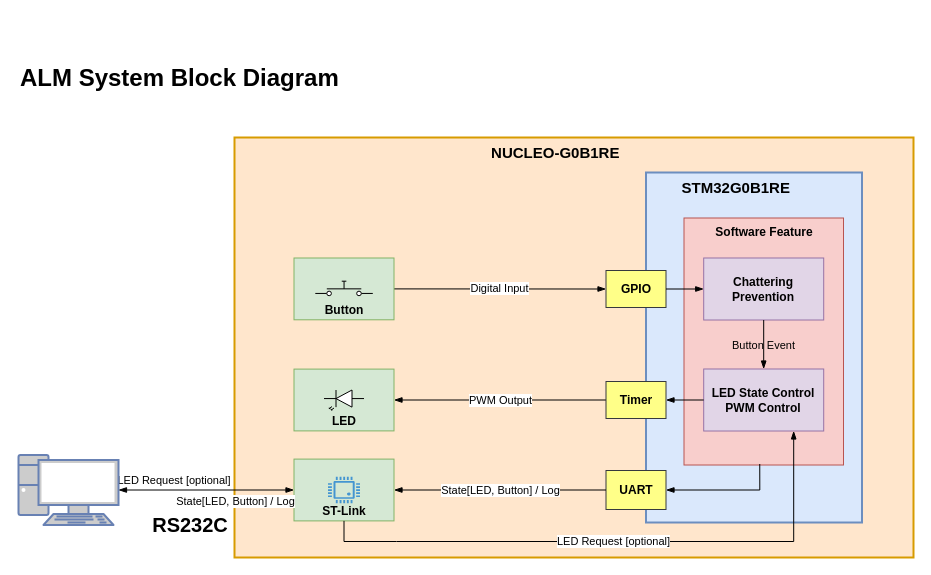
Earlier version of the draw.io diagram page "SystemBlockDiagram" (2 of 16) of Resources/Part2/Part2_ALM_Diagram.drawio (gtuja/CSC_MS). Source tidied: cells renumbered, new cells numbered last; positions are measured from the earlier drawing's top-left corner, leaving out a move shared by most shapes. Both pictures are drawn from the tidied source at 100%, with x=0, y=0 at pixel (18, 57).
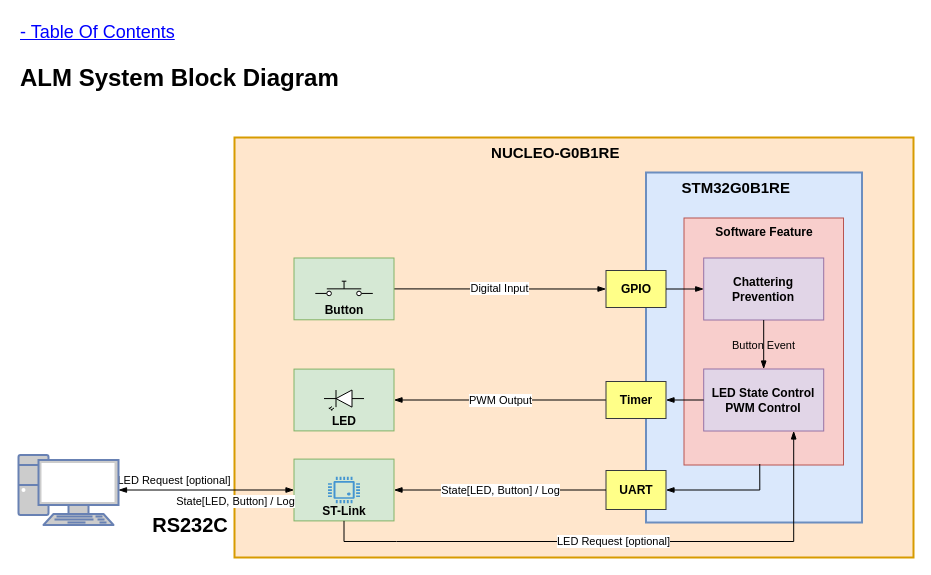
The same page after the edit.

Change to the diagram source:
```diff
@@
+    <mxCell id="29" value="- Table Of Contents" style="text;html=1;align=left;verticalAlign=middle;whiteSpace=wrap;rounded=0;fontStyle=4;fontFamily=Calibri;fontSize=18;fontColor=#0000FF;" parent="1" vertex="1">
+      <mxGeometry y="-40" width="240" height="30" as="geometry" />
+    </mxCell>
```
